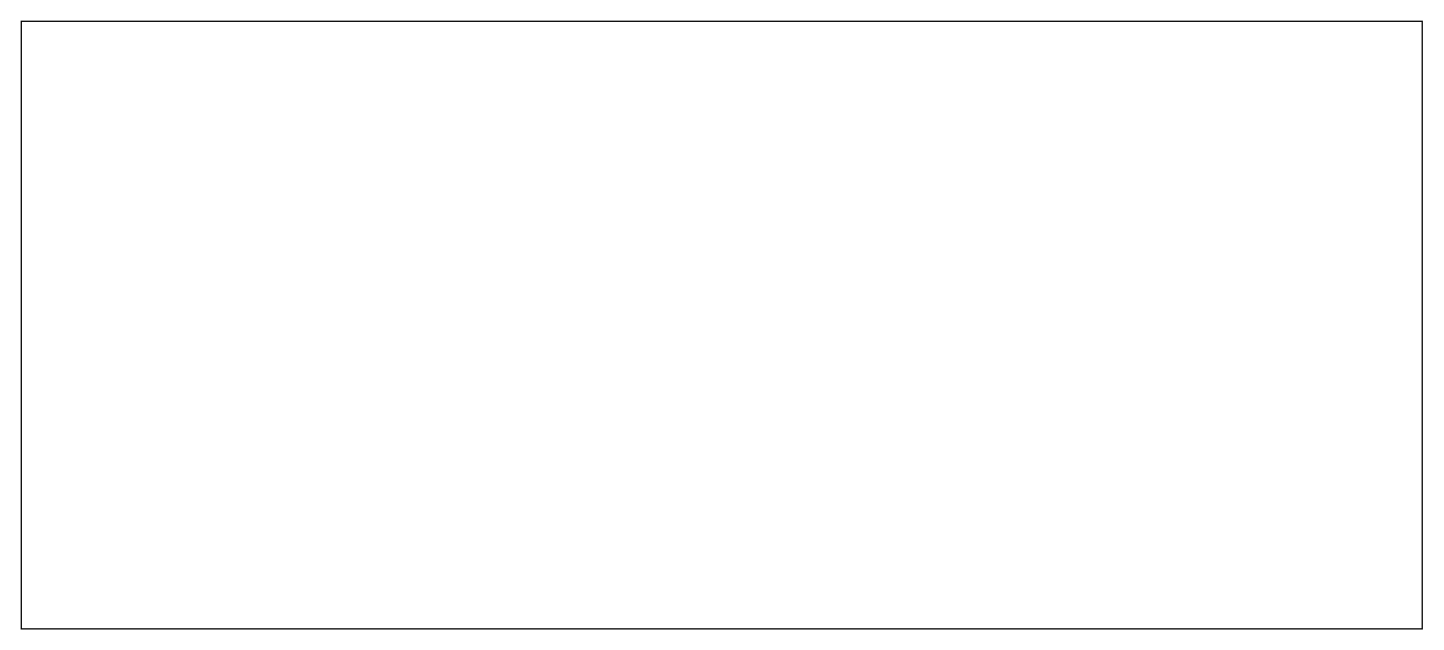
This is Port2_CreateBasicUMLogin.drawio from Bonaaaa/DevOps, a draw.io file, before an edit. Source tidied: cells renumbered, new cells numbered last; positions are measured from the earlier drawing's top-left corner, leaving out a move shared by most shapes. Both pictures are drawn from the tidied source at 129%, with x=0, y=0 at pixel (21, 21).
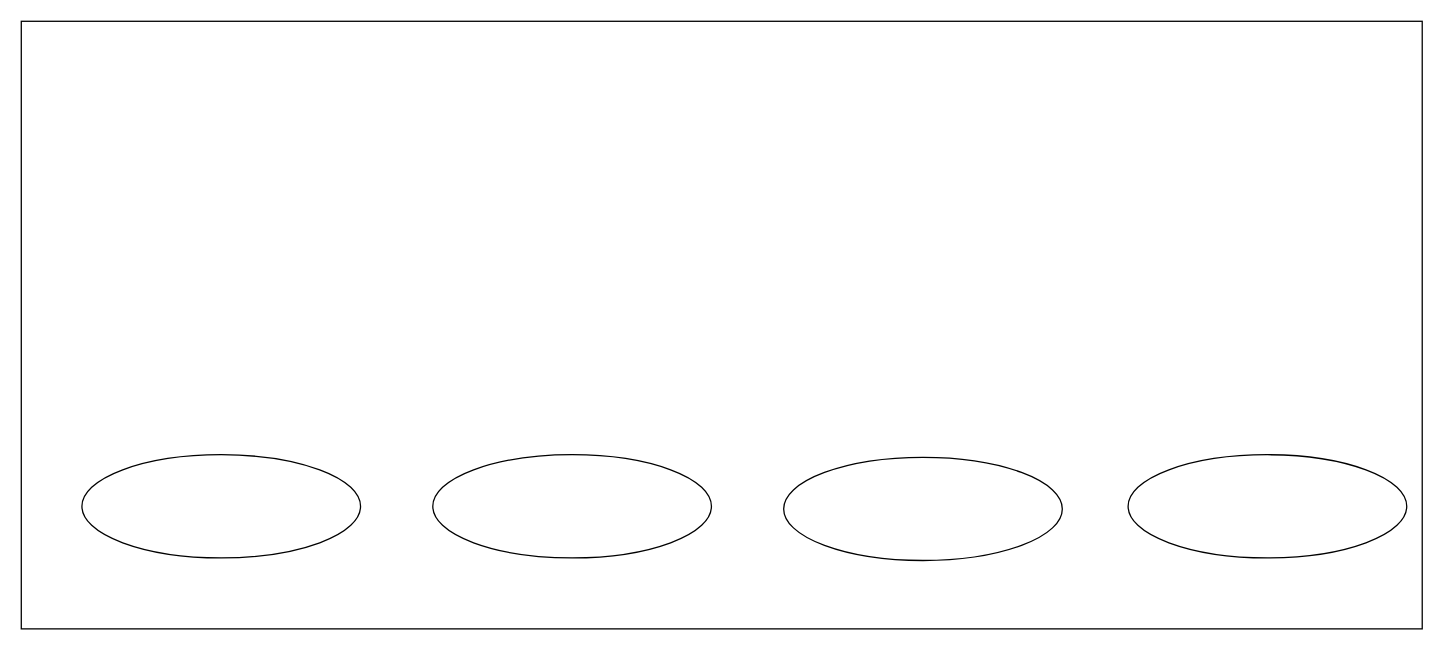
Above is the later version.

Diff of the diagram source:
```diff
@@
 <mxGraphModel>
   <root>
     <mxCell id="0" />
     <mxCell id="1" parent="0" />
     <mxCell id="2" style="rounded=0;whiteSpace=wrap;html=1;" parent="1" vertex="1">
       <mxGeometry width="1086" height="471" as="geometry" />
     </mxCell>
+    <mxCell id="3" style="ellipse;whiteSpace=wrap;html=1;" parent="1" vertex="1">
+      <mxGeometry x="47" y="336" width="216" height="80" as="geometry" />
+    </mxCell>
+    <mxCell id="4" style="ellipse;whiteSpace=wrap;html=1;" parent="1" vertex="1">
+      <mxGeometry x="319" y="336" width="216" height="80" as="geometry" />
+    </mxCell>
+    <mxCell id="5" style="ellipse;whiteSpace=wrap;html=1;" parent="1" vertex="1">
+      <mxGeometry x="591" y="338" width="216" height="80" as="geometry" />
+    </mxCell>
+    <mxCell id="6" style="ellipse;whiteSpace=wrap;html=1;" parent="1" vertex="1">
+      <mxGeometry x="858" y="336" width="216" height="80" as="geometry" />
+    </mxCell>
   </root>
 </mxGraphModel>
```
